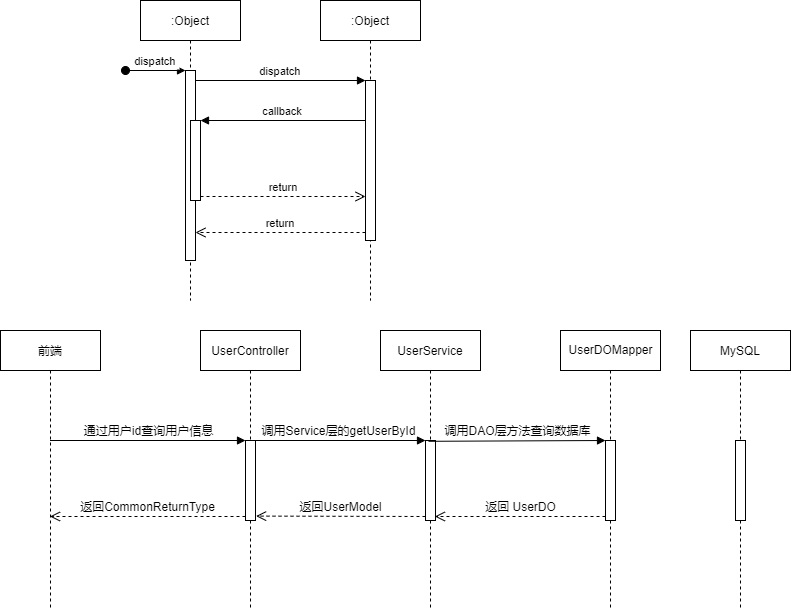
wsxzei/markdown-photos keeps this draw.io diagram as miaosha/Spring MVC模型.drawio.png. Above is the earlier version. Source tidied: cells renumbered, new cells last; positions are measured from the earlier drawing's top-left corner, leaving out a move shared by most shapes.
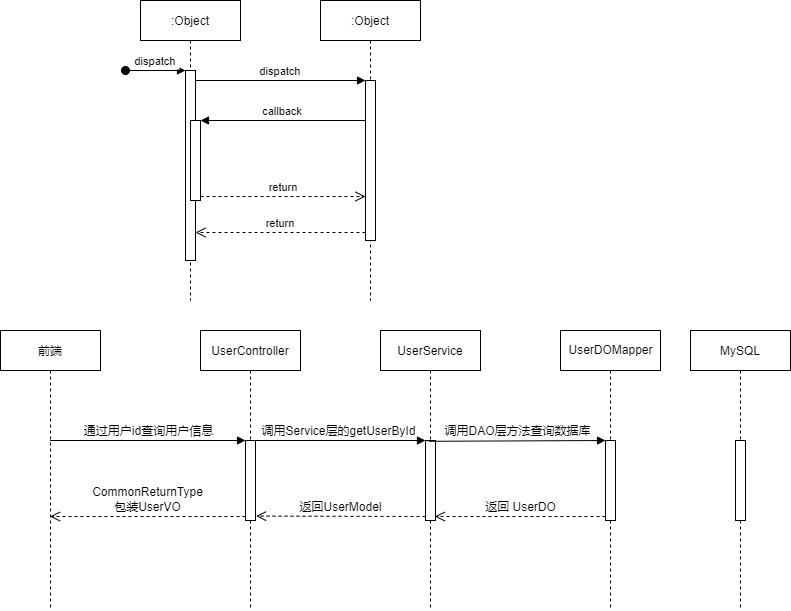
Above is the later version.

The edit, as a diff of the source:
```diff
@@ -40,7 +40,7 @@
     <mxCell id="13" value="通过用户id查询用户信息" style="html=1;verticalAlign=bottom;endArrow=block;entryX=0;entryY=0;rounded=0;" parent="1" edge="1" source="12" target="17">
       <mxGeometry relative="1" as="geometry" />
     </mxCell>
-    <mxCell id="14" value="返回CommonReturnType" style="html=1;verticalAlign=bottom;endArrow=open;dashed=1;endSize=8;exitX=0;exitY=0.95;rounded=0;" parent="1" edge="1" source="17" target="12">
+    <mxCell id="14" value="CommonReturnType&lt;br&gt;包装UserVO" style="html=1;verticalAlign=bottom;endArrow=open;dashed=1;endSize=8;exitX=0;exitY=0.95;rounded=0;" parent="1" edge="1" source="17" target="12">
       <mxGeometry relative="1" as="geometry" />
     </mxCell>
     <mxCell id="15" style="group;" parent="1" vertex="1">
```
